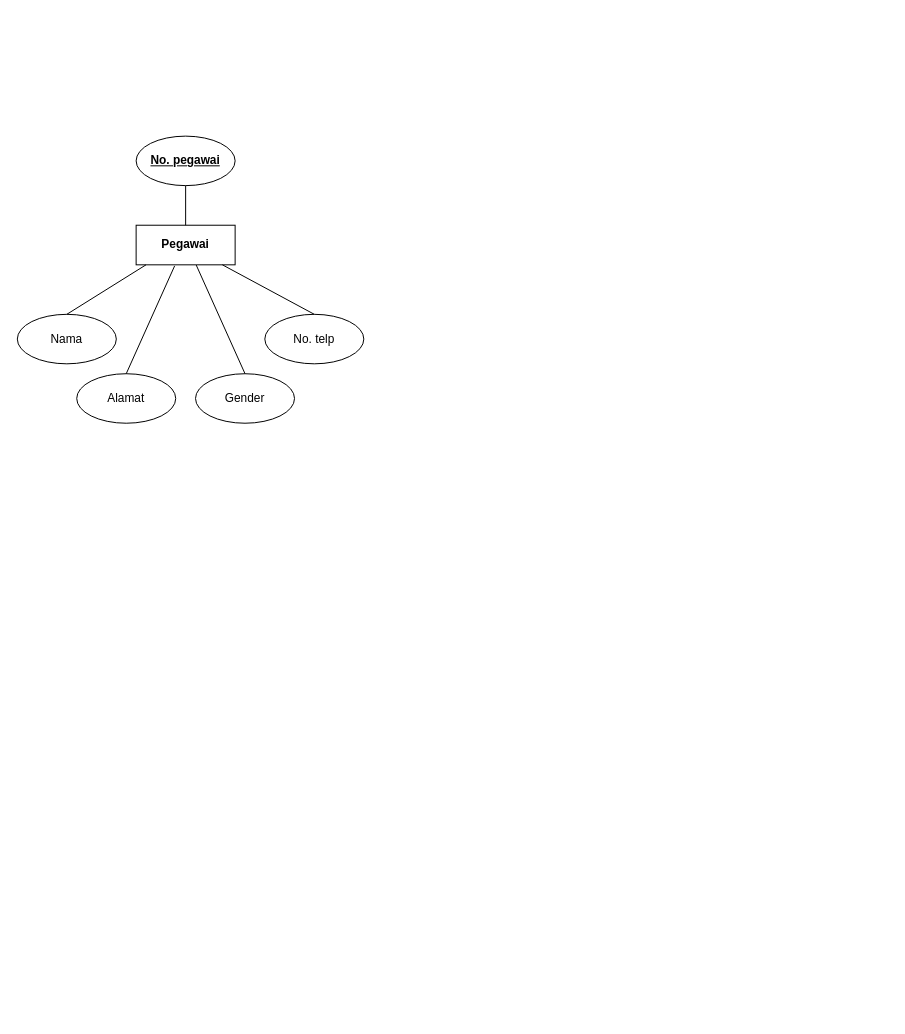
This is Untitled Diagram.drawio from Diaputr/tugas-besar, a draw.io file, before an edit. Source tidied: cells renumbered, new cells numbered last; positions are measured from the earlier drawing's top-left corner, leaving out a move shared by most shapes. Both pictures are drawn from the tidied source at 99%, with x=0, y=0 at pixel (17, 136).
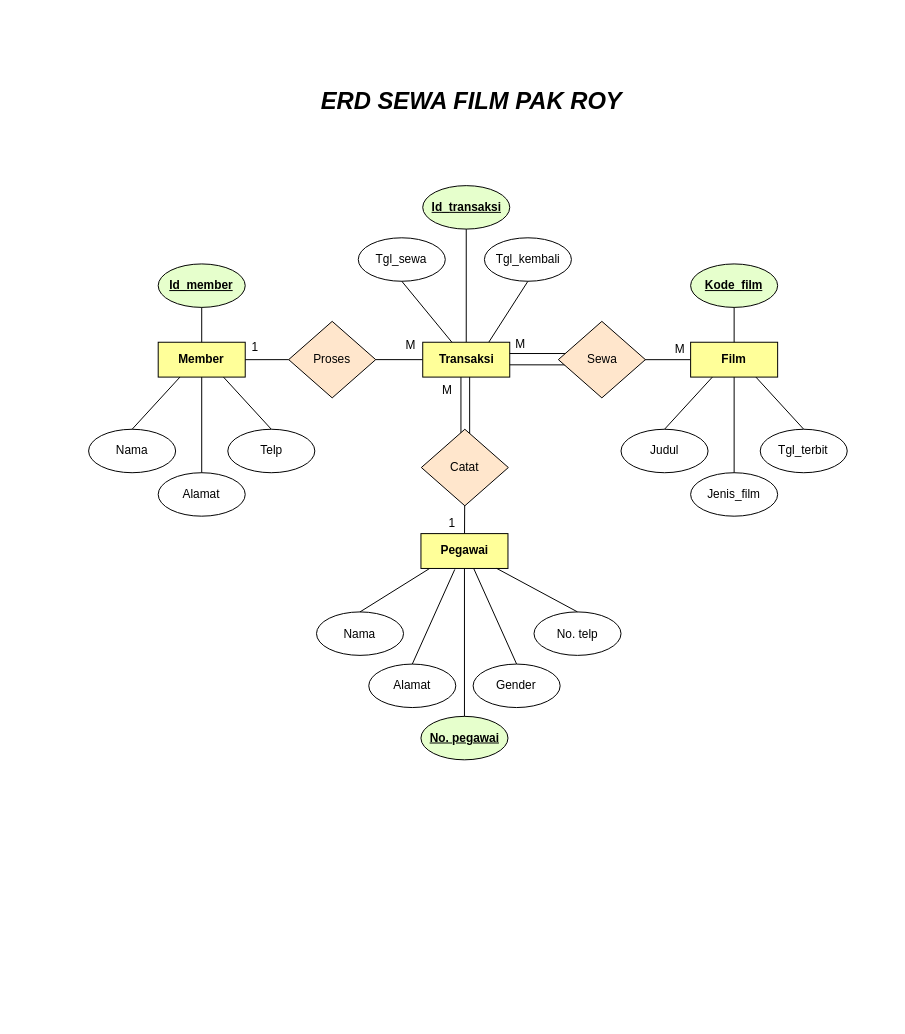
The same diagram, later.

The edit, as a diff of the source:
```diff
@@
+    <mxCell id="13" style="rounded=0;whiteSpace=wrap;html=1;fontSize=24;strokeColor=none;fillColor=#FFFFFF;" parent="1" vertex="1">
+      <mxGeometry x="30" y="-120" width="850" height="1010" as="geometry" />
+    </mxCell>
+    <mxCell id="14" style="group;" parent="1" vertex="1">
+      <mxGeometry x="72" y="50" width="766.3" height="580" as="geometry" />
+    </mxCell>
+    <mxCell id="15" style="endArrow=none;html=1;rounded=0;" parent="14" edge="1" source="19">
+      <mxGeometry relative="1" as="geometry">
+        <mxPoint x="537.8" y="175.8" as="targetPoint" />
+      </mxGeometry>
+    </mxCell>
+    <mxCell id="16" style="endArrow=none;html=1;rounded=0;exitX=0.25;exitY=1;exitDx=0;exitDy=0;" parent="14" edge="1">
+      <mxGeometry relative="1" as="geometry">
+        <mxPoint x="376.1" y="178.4" as="sourcePoint" />
+        <mxPoint x="376.1" y="257.5" as="targetPoint" />
+      </mxGeometry>
+    </mxCell>
+    <mxCell id="17" style="endArrow=none;html=1;rounded=0;exitX=0.25;exitY=1;exitDx=0;exitDy=0;" parent="14" edge="1">
+      <mxGeometry relative="1" as="geometry">
+        <mxPoint x="384.9" y="187.2" as="sourcePoint" />
+        <mxPoint x="384.9" y="266.3" as="targetPoint" />
+      </mxGeometry>
+    </mxCell>
+    <mxCell id="18" value="Catat" style="rhombus;whiteSpace=wrap;html=1;fillColor=#FFE6CC;" parent="14" vertex="1">
+      <mxGeometry x="336.1" y="246.1" width="87.9" height="77.3" as="geometry" />
+    </mxCell>
+    <mxCell id="19" value="Film" style="rounded=0;whiteSpace=wrap;html=1;fontStyle=1;fillColor=#FFFF99;" parent="14" vertex="1">
+      <mxGeometry x="608.1" y="158.2" width="87.9" height="35.2" as="geometry" />
+    </mxCell>
+    <mxCell id="20" value="&lt;u&gt;&lt;b&gt;Kode_film&lt;/b&gt;&lt;/u&gt;" style="ellipse;whiteSpace=wrap;html=1;rounded=0;strokeColor=#000000;fillColor=#E6FFCC;" parent="14" vertex="1">
+      <mxGeometry x="608.1" y="79.1" width="87.9" height="43.9" as="geometry" />
+    </mxCell>
+    <mxCell id="21" style="endArrow=none;html=1;rounded=0;entryX=0.5;entryY=1;entryDx=0;entryDy=0;exitX=0.5;exitY=0;exitDx=0;exitDy=0;" parent="14" edge="1" source="19" target="20">
+      <mxGeometry relative="1" as="geometry" />
+    </mxCell>
+    <mxCell id="22" value="Jenis_film" style="ellipse;whiteSpace=wrap;html=1;rounded=0;" parent="14" vertex="1">
+      <mxGeometry x="608.1" y="290" width="87.9" height="43.9" as="geometry" />
+    </mxCell>
+    <mxCell id="23" style="endArrow=none;html=1;rounded=0;exitX=0.5;exitY=1;exitDx=0;exitDy=0;entryX=0.5;entryY=0;entryDx=0;entryDy=0;" parent="14" edge="1" source="19" target="22">
+      <mxGeometry relative="1" as="geometry" />
+    </mxCell>
+    <mxCell id="24" value="Judul" style="ellipse;whiteSpace=wrap;html=1;rounded=0;" parent="14" vertex="1">
+      <mxGeometry x="537.8" y="246.1" width="87.9" height="43.9" as="geometry" />
+    </mxCell>
+    <mxCell id="25" style="endArrow=none;html=1;rounded=0;exitX=0.25;exitY=1;exitDx=0;exitDy=0;entryX=0.5;entryY=0;entryDx=0;entryDy=0;" parent="14" edge="1" source="19" target="24">
+      <mxGeometry relative="1" as="geometry" />
+    </mxCell>
+    <mxCell id="26" style="endArrow=none;html=1;rounded=0;exitX=0.75;exitY=1;exitDx=0;exitDy=0;entryX=0.5;entryY=0;entryDx=0;entryDy=0;" parent="14" edge="1" source="19" target="27">
+      <mxGeometry relative="1" as="geometry" />
+    </mxCell>
+    <mxCell id="27" value="Tgl_terbit" style="ellipse;whiteSpace=wrap;html=1;rounded=0;" parent="14" vertex="1">
+      <mxGeometry x="678.4" y="246.1" width="87.9" height="43.9" as="geometry" />
+    </mxCell>
+    <mxCell id="28" style="endArrow=none;html=1;rounded=0;" parent="14" edge="1" source="18" target="2">
+      <mxGeometry relative="1" as="geometry" />
+    </mxCell>
+    <mxCell id="29" value="Proses" style="rhombus;whiteSpace=wrap;html=1;fillColor=#FFE6CC;" parent="14" vertex="1">
+      <mxGeometry x="202.1" y="137.1" width="87.9" height="77.3" as="geometry" />
+    </mxCell>
+    <mxCell id="30" style="endArrow=none;html=1;rounded=0;entryX=1;entryY=0.5;entryDx=0;entryDy=0;" parent="14" edge="1" source="36" target="29">
+      <mxGeometry relative="1" as="geometry" />
+    </mxCell>
+    <mxCell id="31" style="endArrow=none;html=1;rounded=0;entryX=0.7;entryY=0.386;entryDx=0;entryDy=0;entryPerimeter=0;" parent="14" edge="1">
+      <mxGeometry relative="1" as="geometry">
+        <mxPoint x="522.9" y="181.1" as="sourcePoint" />
+        <mxPoint x="408.6" y="181" as="targetPoint" />
+      </mxGeometry>
+    </mxCell>
+    <mxCell id="32" style="endArrow=none;html=1;rounded=0;entryX=0.7;entryY=0.386;entryDx=0;entryDy=0;entryPerimeter=0;" parent="14" edge="1">
+      <mxGeometry relative="1" as="geometry">
+        <mxPoint x="514.1" y="169.6" as="sourcePoint" />
+        <mxPoint x="399.8" y="169.6" as="targetPoint" />
+      </mxGeometry>
+    </mxCell>
+    <mxCell id="33" style="endArrow=none;html=1;rounded=0;entryX=0.5;entryY=1;entryDx=0;entryDy=0;" parent="14" edge="1" target="37">
+      <mxGeometry relative="1" as="geometry">
+        <mxPoint x="404.2" y="158.2" as="sourcePoint" />
+      </mxGeometry>
+    </mxCell>
+    <mxCell id="34" value="&lt;u&gt;&lt;b&gt;Id_transaksi&lt;/b&gt;&lt;/u&gt;" style="ellipse;whiteSpace=wrap;html=1;rounded=0;strokeColor=#000000;fillColor=#E6FFCC;" parent="14" vertex="1">
+      <mxGeometry x="337.5" width="87.9" height="43.9" as="geometry" />
+    </mxCell>
+    <mxCell id="35" style="endArrow=none;html=1;rounded=0;entryX=0.5;entryY=1;entryDx=0;entryDy=0;exitX=0.5;exitY=0;exitDx=0;exitDy=0;" parent="14" edge="1" source="36" target="34">
+      <mxGeometry relative="1" as="geometry" />
+    </mxCell>
+    <mxCell id="36" value="Transaksi" style="rounded=0;whiteSpace=wrap;html=1;fontStyle=1;fillColor=#FFFF99;" parent="14" vertex="1">
+      <mxGeometry x="337.5" y="158.2" width="87.9" height="35.2" as="geometry" />
+    </mxCell>
+    <mxCell id="37" value="Tgl_kembali" style="ellipse;whiteSpace=wrap;html=1;rounded=0;" parent="14" vertex="1">
+      <mxGeometry x="399.8" y="52.7" width="87.9" height="43.9" as="geometry" />
+    </mxCell>
+    <mxCell id="38" value="Tgl_sewa" style="ellipse;whiteSpace=wrap;html=1;rounded=0;" parent="14" vertex="1">
+      <mxGeometry x="272.4" y="52.7" width="87.9" height="43.9" as="geometry" />
+    </mxCell>
+    <mxCell id="39" style="endArrow=none;html=1;rounded=0;entryX=0.5;entryY=1;entryDx=0;entryDy=0;" parent="14" edge="1" source="36" target="38">
+      <mxGeometry relative="1" as="geometry" />
+    </mxCell>
+    <mxCell id="40" value="Sewa" style="rhombus;whiteSpace=wrap;html=1;fillColor=#FFE6CC;" parent="14" vertex="1">
+      <mxGeometry x="474.5" y="137.1" width="87.9" height="77.3" as="geometry" />
+    </mxCell>
+    <mxCell id="41" value="M" style="text;html=1;strokeColor=none;fillColor=none;align=center;verticalAlign=middle;whiteSpace=wrap;rounded=0;" parent="14" vertex="1">
+      <mxGeometry x="335.7" y="193.3" width="52.7" height="26.4" as="geometry" />
+    </mxCell>
+    <mxCell id="42" value="1" style="text;html=1;strokeColor=none;fillColor=none;align=center;verticalAlign=middle;whiteSpace=wrap;rounded=0;" parent="14" vertex="1">
+      <mxGeometry x="341" y="327.8" width="52.7" height="26.4" as="geometry" />
+    </mxCell>
+    <mxCell id="43" value="M" style="text;html=1;strokeColor=none;fillColor=none;align=center;verticalAlign=middle;whiteSpace=wrap;rounded=0;" parent="14" vertex="1">
+      <mxGeometry x="571.2" y="152.9" width="52.7" height="26.4" as="geometry" />
+    </mxCell>
+    <mxCell id="44" value="M" style="text;html=1;strokeColor=none;fillColor=none;align=center;verticalAlign=middle;whiteSpace=wrap;rounded=0;" parent="14" vertex="1">
+      <mxGeometry x="409.5" y="147.6" width="52.7" height="26.4" as="geometry" />
+    </mxCell>
+    <mxCell id="45" value="M" style="text;html=1;strokeColor=none;fillColor=none;align=center;verticalAlign=middle;whiteSpace=wrap;rounded=0;" parent="14" vertex="1">
+      <mxGeometry x="298.8" y="148.5" width="52.7" height="26.4" as="geometry" />
+    </mxCell>
+    <mxCell id="46" value="Member" style="rounded=0;whiteSpace=wrap;html=1;fontStyle=1;fillColor=#FFFF99;" parent="14" vertex="1">
+      <mxGeometry x="70.3" y="158.2" width="87.9" height="35.2" as="geometry" />
+    </mxCell>
+    <mxCell id="47" style="endArrow=none;html=1;rounded=0;entryX=1;entryY=0.5;entryDx=0;entryDy=0;startArrow=none;" parent="14" edge="1" source="29" target="46">
+      <mxGeometry relative="1" as="geometry" />
+    </mxCell>
+    <mxCell id="48" value="&lt;u&gt;&lt;b&gt;Id_member&lt;/b&gt;&lt;/u&gt;" style="ellipse;whiteSpace=wrap;html=1;rounded=0;strokeColor=#000000;fillColor=#E6FFCC;" parent="14" vertex="1">
+      <mxGeometry x="70.3" y="79.1" width="87.9" height="43.9" as="geometry" />
+    </mxCell>
+    <mxCell id="49" style="endArrow=none;html=1;rounded=0;entryX=0.5;entryY=1;entryDx=0;entryDy=0;exitX=0.5;exitY=0;exitDx=0;exitDy=0;" parent="14" edge="1" source="46" target="48">
+      <mxGeometry relative="1" as="geometry" />
+    </mxCell>
+    <mxCell id="50" value="Alamat" style="ellipse;whiteSpace=wrap;html=1;rounded=0;" parent="14" vertex="1">
+      <mxGeometry x="70.3" y="290" width="87.9" height="43.9" as="geometry" />
+    </mxCell>
+    <mxCell id="51" style="endArrow=none;html=1;rounded=0;exitX=0.5;exitY=1;exitDx=0;exitDy=0;entryX=0.5;entryY=0;entryDx=0;entryDy=0;" parent="14" edge="1" source="46" target="50">
+      <mxGeometry relative="1" as="geometry" />
+    </mxCell>
+    <mxCell id="52" value="Nama" style="ellipse;whiteSpace=wrap;html=1;rounded=0;" parent="14" vertex="1">
+      <mxGeometry y="246.1" width="87.9" height="43.9" as="geometry" />
+    </mxCell>
+    <mxCell id="53" style="endArrow=none;html=1;rounded=0;exitX=0.25;exitY=1;exitDx=0;exitDy=0;entryX=0.5;entryY=0;entryDx=0;entryDy=0;" parent="14" edge="1" source="46" target="52">
+      <mxGeometry relative="1" as="geometry" />
+    </mxCell>
+    <mxCell id="54" style="endArrow=none;html=1;rounded=0;exitX=0.75;exitY=1;exitDx=0;exitDy=0;entryX=0.5;entryY=0;entryDx=0;entryDy=0;" parent="14" edge="1" source="46" target="55">
+      <mxGeometry relative="1" as="geometry" />
+    </mxCell>
+    <mxCell id="55" value="Telp" style="ellipse;whiteSpace=wrap;html=1;rounded=0;" parent="14" vertex="1">
+      <mxGeometry x="140.6" y="246.1" width="87.9" height="43.9" as="geometry" />
+    </mxCell>
-    <mxCell id="2" value="Pegawai" style="rounded=0;whiteSpace=wrap;html=1;fontStyle=1;" parent="1" vertex="1">
-      <mxGeometry x="120" y="90" width="100" height="40" as="geometry" />
+    <mxCell id="2" value="Pegawai" style="rounded=0;whiteSpace=wrap;html=1;fontStyle=1;fillColor=#FFFF99;" parent="14" vertex="1">
+      <mxGeometry x="335.7" y="351.5" width="87.9" height="35.2" as="geometry" />
     </mxCell>
-    <mxCell id="3" value="&lt;u&gt;&lt;b&gt;No. pegawai&lt;/b&gt;&lt;/u&gt;" style="ellipse;whiteSpace=wrap;html=1;rounded=0;" parent="1" vertex="1">
-      <mxGeometry x="120" width="100" height="50" as="geometry" />
+    <mxCell id="3" value="&lt;u&gt;&lt;b&gt;No. pegawai&lt;/b&gt;&lt;/u&gt;" style="ellipse;whiteSpace=wrap;html=1;rounded=0;strokeColor=#000000;fillColor=#E6FFCC;" parent="14" vertex="1">
+      <mxGeometry x="335.7" y="536.1" width="87.9" height="43.9" as="geometry" />
     </mxCell>
-    <mxCell id="4" style="endArrow=none;html=1;rounded=0;entryX=0.5;entryY=1;entryDx=0;entryDy=0;exitX=0.5;exitY=0;exitDx=0;exitDy=0;" parent="1" edge="1" source="2" target="3">
+    <mxCell id="4" style="endArrow=none;html=1;rounded=0;" parent="14" edge="1" source="2" target="3">
       <mxGeometry relative="1" as="geometry" />
     </mxCell>
-    <mxCell id="5" value="Alamat" style="ellipse;whiteSpace=wrap;html=1;rounded=0;" parent="1" vertex="1">
-      <mxGeometry x="60" y="240" width="100" height="50" as="geometry" />
+    <mxCell id="5" value="Alamat" style="ellipse;whiteSpace=wrap;html=1;rounded=0;" parent="14" vertex="1">
+      <mxGeometry x="283" y="483.3" width="87.9" height="43.9" as="geometry" />
     </mxCell>
-    <mxCell id="6" style="endArrow=none;html=1;rounded=0;exitX=0.389;exitY=1.027;exitDx=0;exitDy=0;exitPerimeter=0;entryX=0.5;entryY=0;entryDx=0;entryDy=0;" parent="1" edge="1" source="2" target="5">
+    <mxCell id="6" style="endArrow=none;html=1;rounded=0;exitX=0.389;exitY=1.027;exitDx=0;exitDy=0;exitPerimeter=0;entryX=0.5;entryY=0;entryDx=0;entryDy=0;" parent="14" edge="1" source="2" target="5">
       <mxGeometry relative="1" as="geometry" />
     </mxCell>
-    <mxCell id="7" value="Nama" style="ellipse;whiteSpace=wrap;html=1;rounded=0;" parent="1" vertex="1">
-      <mxGeometry y="180" width="100" height="50" as="geometry" />
+    <mxCell id="7" value="Nama" style="ellipse;whiteSpace=wrap;html=1;rounded=0;" parent="14" vertex="1">
+      <mxGeometry x="230.2" y="430.6" width="87.9" height="43.9" as="geometry" />
     </mxCell>
-    <mxCell id="8" style="endArrow=none;html=1;rounded=0;exitX=0.1;exitY=1;exitDx=0;exitDy=0;exitPerimeter=0;" parent="1" edge="1" source="2">
-      <mxGeometry relative="1" as="geometry">
-        <mxPoint x="50" y="180" as="targetPoint" />
-      </mxGeometry>
+    <mxCell id="8" style="endArrow=none;html=1;rounded=0;exitX=0.1;exitY=1;exitDx=0;exitDy=0;exitPerimeter=0;entryX=0.5;entryY=0;entryDx=0;entryDy=0;" parent="14" edge="1" source="2" target="7">
+      <mxGeometry relative="1" as="geometry" />
     </mxCell>
-    <mxCell id="9" value="No. telp" style="ellipse;whiteSpace=wrap;html=1;rounded=0;" parent="1" vertex="1">
-      <mxGeometry x="250" y="180" width="100" height="50" as="geometry" />
+    <mxCell id="9" value="No. telp" style="ellipse;whiteSpace=wrap;html=1;rounded=0;" parent="14" vertex="1">
+      <mxGeometry x="449.9" y="430.6" width="87.9" height="43.9" as="geometry" />
     </mxCell>
-    <mxCell id="10" style="endArrow=none;html=1;rounded=0;entryX=0.5;entryY=0;entryDx=0;entryDy=0;" parent="1" edge="1" source="2" target="9">
+    <mxCell id="10" style="endArrow=none;html=1;rounded=0;entryX=0.5;entryY=0;entryDx=0;entryDy=0;" parent="14" edge="1" source="2" target="9">
       <mxGeometry relative="1" as="geometry" />
     </mxCell>
-    <mxCell id="11" style="endArrow=none;html=1;rounded=0;exitX=0.607;exitY=1.005;exitDx=0;exitDy=0;exitPerimeter=0;entryX=0.5;entryY=0;entryDx=0;entryDy=0;" parent="1" edge="1" source="2" target="12">
+    <mxCell id="11" style="endArrow=none;html=1;rounded=0;exitX=0.607;exitY=1.005;exitDx=0;exitDy=0;exitPerimeter=0;entryX=0.5;entryY=0;entryDx=0;entryDy=0;" parent="14" edge="1" source="2" target="12">
       <mxGeometry relative="1" as="geometry" />
     </mxCell>
-    <mxCell id="12" value="Gender" style="ellipse;whiteSpace=wrap;html=1;rounded=0;" parent="1" vertex="1">
-      <mxGeometry x="180" y="240" width="100" height="50" as="geometry" />
+    <mxCell id="12" value="Gender" style="ellipse;whiteSpace=wrap;html=1;rounded=0;" parent="14" vertex="1">
+      <mxGeometry x="388.4" y="483.3" width="87.9" height="43.9" as="geometry" />
     </mxCell>
+    <mxCell id="56" value="1" style="text;html=1;strokeColor=none;fillColor=none;align=center;verticalAlign=middle;whiteSpace=wrap;rounded=0;" parent="14" vertex="1">
+      <mxGeometry x="142.4" y="151.2" width="52.7" height="26.4" as="geometry" />
+    </mxCell>
+    <mxCell id="57" value="&lt;b&gt;&lt;i&gt;&lt;font style=&quot;font-size: 24px&quot;&gt;ERD SEWA FILM PAK ROY&lt;/font&gt;&lt;/i&gt;&lt;/b&gt;" style="text;html=1;strokeColor=none;fillColor=none;align=center;verticalAlign=middle;whiteSpace=wrap;rounded=0;" parent="1" vertex="1">
+      <mxGeometry x="258.6" y="-70" width="400" height="70" as="geometry" />
+    </mxCell>
```
